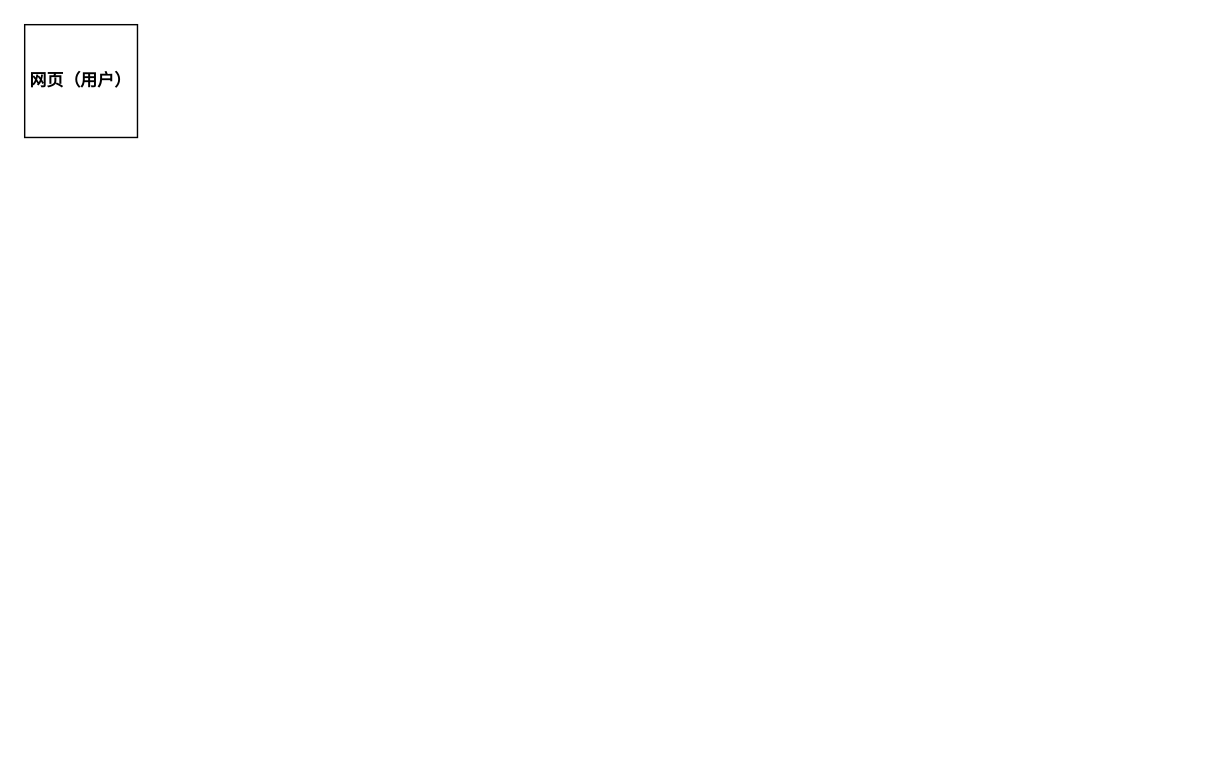
Earlier version of the draw.io diagram yaml.drawio (WHUT-LHT/hello-world). Source tidied: cells renumbered, new cells numbered last; positions are measured from the earlier drawing's top-left corner, leaving out a move shared by most shapes. Both pictures are drawn from the tidied source at 141%, with x=0, y=0 at pixel (24, 24).
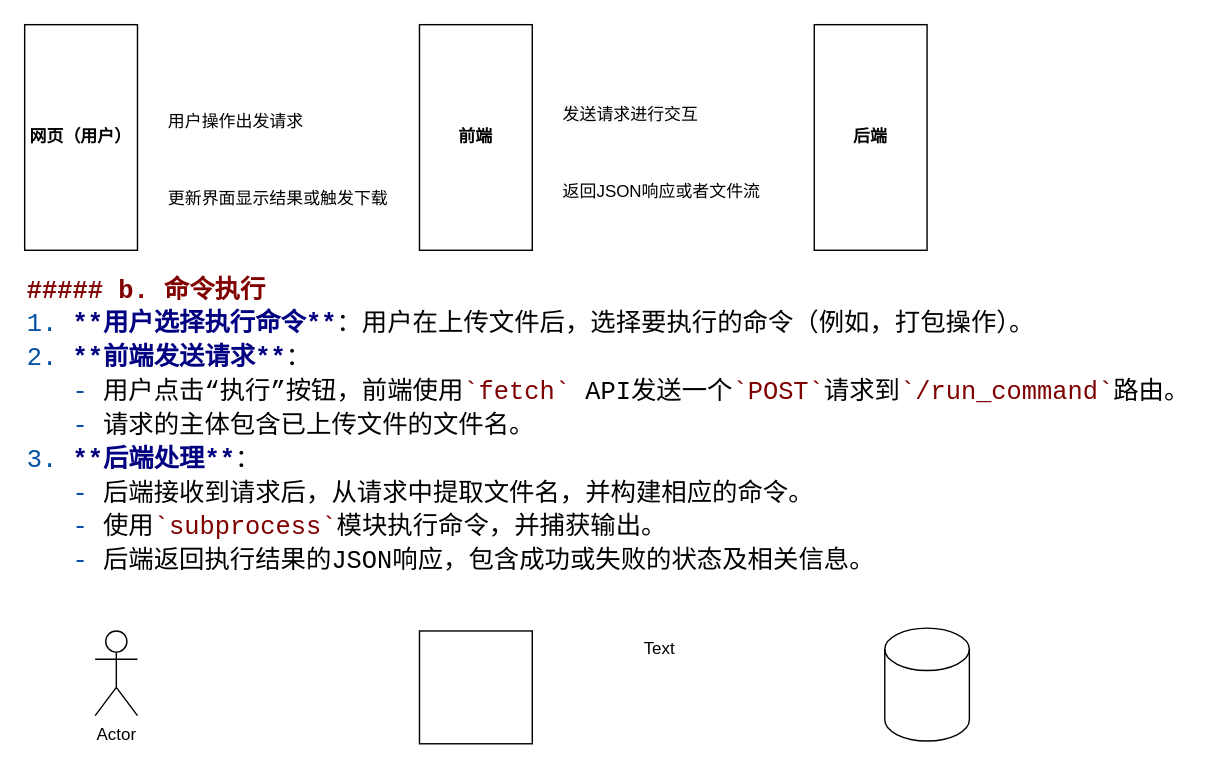
The same page after the edit.

What changed in the source:
```diff
@@
 <mxGraphModel>
   <root>
     <mxCell id="0" />
     <mxCell id="1" parent="0" />
     <mxCell id="2" value="网页（用户）" style="whiteSpace=wrap;html=1;fontStyle=1;" parent="1" vertex="1">
-      <mxGeometry width="80" height="80" as="geometry" />
+      <mxGeometry width="80" height="160" as="geometry" />
     </mxCell>
+    <mxCell id="3" value="前端" style="whiteSpace=wrap;html=1;fontStyle=1;" parent="1" vertex="1">
+      <mxGeometry x="280" width="80" height="160" as="geometry" />
+    </mxCell>
+    <mxCell id="4" value="后端" style="whiteSpace=wrap;html=1;fontStyle=1;" parent="1" vertex="1">
+      <mxGeometry x="560" width="80" height="160" as="geometry" />
+    </mxCell>
+    <mxCell id="5" value="用户操作出发请求" style="text;whiteSpace=wrap;html=1;" parent="1" vertex="1">
+      <mxGeometry x="100" y="55" width="180" height="50" as="geometry" />
+    </mxCell>
+    <mxCell id="6" value="&lt;span style=&quot;color: rgb(0, 0, 0); font-family: Helvetica; font-size: 12px; font-style: normal; font-variant-ligatures: normal; font-variant-caps: normal; font-weight: 400; letter-spacing: normal; orphans: 2; text-align: left; text-indent: 0px; text-transform: none; widows: 2; word-spacing: 0px; -webkit-text-stroke-width: 0px; white-space: normal; background-color: rgb(251, 251, 251); text-decoration-thickness: initial; text-decoration-style: initial; text-decoration-color: initial; display: inline !important; float: none;&quot;&gt;发送请求进行交互&lt;/span&gt;" style="text;whiteSpace=wrap;html=1;" parent="1" vertex="1">
+      <mxGeometry x="380" y="50" width="130" height="40" as="geometry" />
+    </mxCell>
+    <mxCell id="7" value="更新界面显示结果或触发下载" style="text;whiteSpace=wrap;html=1;" parent="1" vertex="1">
+      <mxGeometry x="100" y="110" width="160" height="40" as="geometry" />
+    </mxCell>
+    <mxCell id="8" value="返回JSON响应或者文件流" style="text;whiteSpace=wrap;html=1;" parent="1" vertex="1">
+      <mxGeometry x="380" y="105" width="150" height="40" as="geometry" />
+    </mxCell>
+    <mxCell id="9" value="&lt;div style=&quot;color: #000000;background-color: #ffffff;font-family: Consolas, 'Courier New', monospace;font-weight: normal;font-size: 18px;line-height: 24px;white-space: pre;&quot;&gt;&lt;div&gt;&lt;span style=&quot;color: #800000;font-weight: bold;&quot;&gt;##### b. 命令执行&lt;/span&gt;&lt;/div&gt;&lt;div&gt;&lt;span style=&quot;color: #0451a5;&quot;&gt;1.&lt;/span&gt;&lt;span style=&quot;color: #000000;&quot;&gt; &lt;/span&gt;&lt;span style=&quot;color: #000080;font-weight: bold;&quot;&gt;**用户选择执行命令**&lt;/span&gt;&lt;span style=&quot;color: #000000;&quot;&gt;：用户在上传文件后，选择要执行的命令（例如，打包操作）。&lt;/span&gt;&lt;/div&gt;&lt;div&gt;&lt;span style=&quot;color: #0451a5;&quot;&gt;2.&lt;/span&gt;&lt;span style=&quot;color: #000000;&quot;&gt; &lt;/span&gt;&lt;span style=&quot;color: #000080;font-weight: bold;&quot;&gt;**前端发送请求**&lt;/span&gt;&lt;span style=&quot;color: #000000;&quot;&gt;：&lt;/span&gt;&lt;/div&gt;&lt;div&gt;&lt;span style=&quot;color: #000000;&quot;&gt;&amp;nbsp; &amp;nbsp;&lt;/span&gt;&lt;span style=&quot;color: #0451a5;&quot;&gt;-&lt;/span&gt;&lt;span style=&quot;color: #000000;&quot;&gt; 用户点击“执行”按钮，前端使用&lt;/span&gt;&lt;span style=&quot;color: #800000;&quot;&gt;`fetch`&lt;/span&gt;&lt;span style=&quot;color: #000000;&quot;&gt; API发送一个&lt;/span&gt;&lt;span style=&quot;color: #800000;&quot;&gt;`POST`&lt;/span&gt;&lt;span style=&quot;color: #000000;&quot;&gt;请求到&lt;/span&gt;&lt;span style=&quot;color: #800000;&quot;&gt;`/run_command`&lt;/span&gt;&lt;span style=&quot;color: #000000;&quot;&gt;路由。&lt;/span&gt;&lt;/div&gt;&lt;div&gt;&lt;span style=&quot;color: #000000;&quot;&gt;&amp;nbsp; &amp;nbsp;&lt;/span&gt;&lt;span style=&quot;color: #0451a5;&quot;&gt;-&lt;/span&gt;&lt;span style=&quot;color: #000000;&quot;&gt; 请求的主体包含已上传文件的文件名。&lt;/span&gt;&lt;/div&gt;&lt;div&gt;&lt;span style=&quot;color: #0451a5;&quot;&gt;3.&lt;/span&gt;&lt;span style=&quot;color: #000000;&quot;&gt; &lt;/span&gt;&lt;span style=&quot;color: #000080;font-weight: bold;&quot;&gt;**后端处理**&lt;/span&gt;&lt;span style=&quot;color: #000000;&quot;&gt;：&lt;/span&gt;&lt;/div&gt;&lt;div&gt;&lt;span style=&quot;color: #000000;&quot;&gt;&amp;nbsp; &amp;nbsp;&lt;/span&gt;&lt;span style=&quot;color: #0451a5;&quot;&gt;-&lt;/span&gt;&lt;span style=&quot;color: #000000;&quot;&gt; 后端接收到请求后，从请求中提取文件名，并构建相应的命令。&lt;/span&gt;&lt;/div&gt;&lt;div&gt;&lt;span style=&quot;color: #000000;&quot;&gt;&amp;nbsp; &amp;nbsp;&lt;/span&gt;&lt;span style=&quot;color: #0451a5;&quot;&gt;-&lt;/span&gt;&lt;span style=&quot;color: #000000;&quot;&gt; 使用&lt;/span&gt;&lt;span style=&quot;color: #800000;&quot;&gt;`subprocess`&lt;/span&gt;&lt;span style=&quot;color: #000000;&quot;&gt;模块执行命令，并捕获输出。&lt;/span&gt;&lt;/div&gt;&lt;div&gt;&lt;span style=&quot;color: #000000;&quot;&gt;&amp;nbsp; &amp;nbsp;&lt;/span&gt;&lt;span style=&quot;color: #0451a5;&quot;&gt;-&lt;/span&gt;&lt;span style=&quot;color: #000000;&quot;&gt; 后端返回执行结果的JSON响应，包含成功或失败的状态及相关信息。&lt;/span&gt;&lt;/div&gt;&lt;/div&gt;" style="text;whiteSpace=wrap;html=1;" parent="1" vertex="1">
+      <mxGeometry y="170" width="500" height="240" as="geometry" />
+    </mxCell>
+    <mxCell id="10" value="Actor" style="shape=umlActor;verticalLabelPosition=bottom;verticalAlign=top;html=1;" parent="1" vertex="1">
+      <mxGeometry x="50" y="430" width="30" height="60" as="geometry" />
+    </mxCell>
+    <mxCell id="11" style="whiteSpace=wrap;html=1;" parent="1" vertex="1">
+      <mxGeometry x="280" y="430" width="80" height="80" as="geometry" />
+    </mxCell>
+    <mxCell id="12" style="shape=cylinder3;whiteSpace=wrap;html=1;boundedLbl=1;backgroundOutline=1;size=15;" parent="1" vertex="1">
+      <mxGeometry x="610" y="428" width="60" height="80" as="geometry" />
+    </mxCell>
+    <mxCell id="13" value="Text" style="text;html=1;align=center;verticalAlign=middle;strokeColor=none;fillColor=none;" parent="1" vertex="1">
+      <mxGeometry x="425" y="428" width="50" height="30" as="geometry" />
+    </mxCell>
   </root>
 </mxGraphModel>
```
